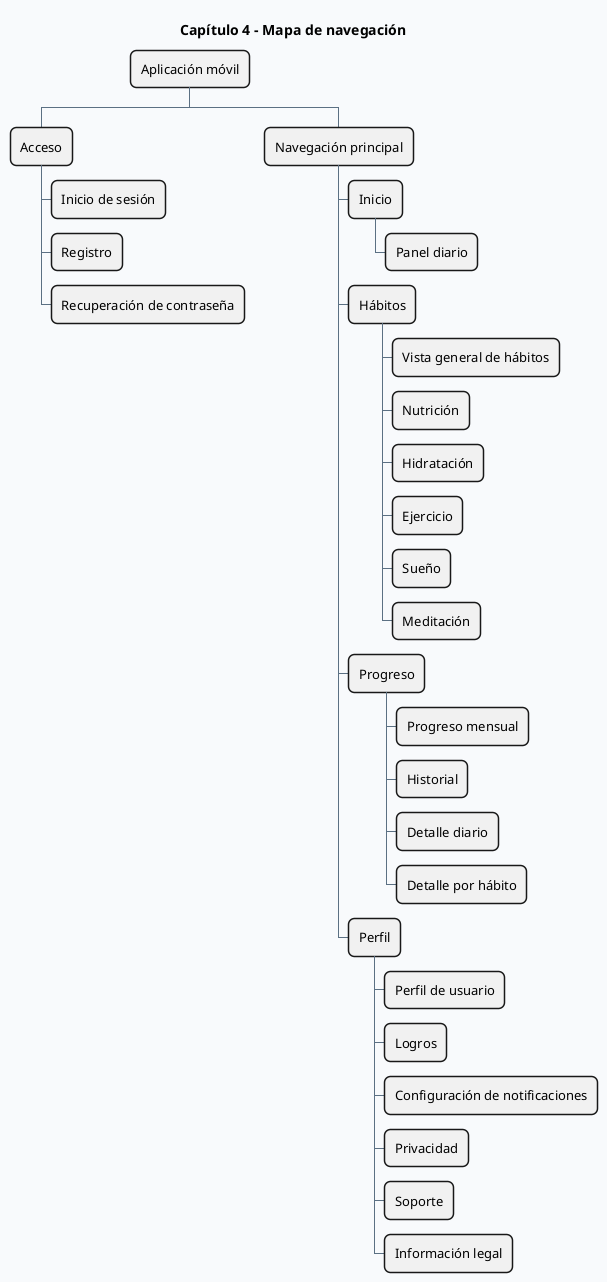
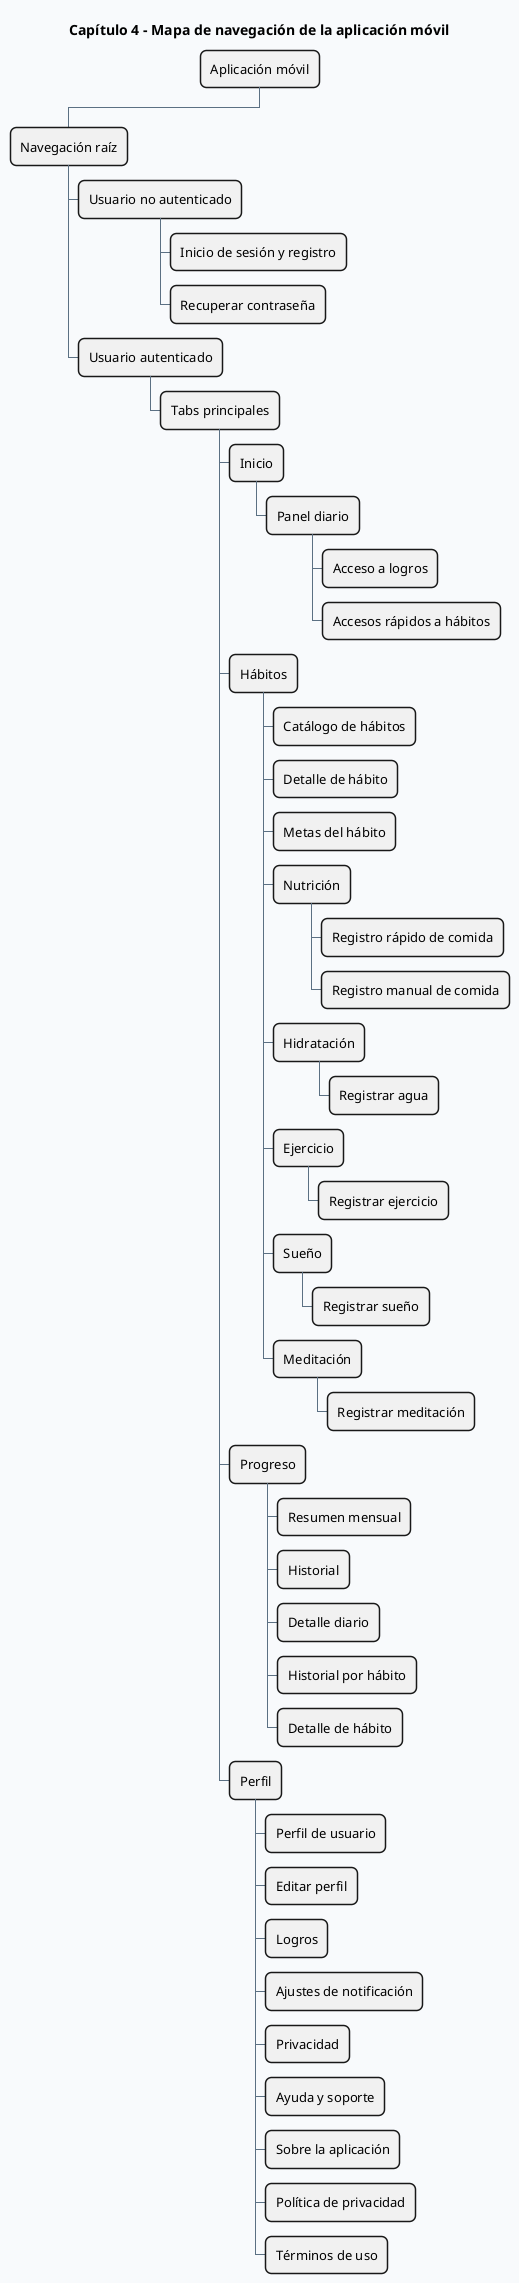
@startwbs
- ' CAP4 - 07 Mapa de Navegación
+ ' CAP4 - 07 Mapa de navegación
+ ' Basado en RootNavigator, AppTabs y los stacks actuales de mobile-react-native

skinparam backgroundColor #F8FAFC
skinparam shadowing false
skinparam roundcorner 12
skinparam defaultFontName Segoe UI
skinparam defaultFontSize 13
skinparam ArrowColor #5B7083
skinparam ArrowThickness 1
- title Capítulo 4 - Mapa de navegación
+ 
+ title Capítulo 4 - Mapa de navegación de la aplicación móvil

* Aplicación móvil
- ** Acceso
- *** Inicio de sesión
- *** Registro
- *** Recuperación de contraseña
+ ** Navegación raíz
+ *** Usuario no autenticado
+ **** Inicio de sesión y registro
+ **** Recuperar contraseña
+ *** Usuario autenticado
+ **** Tabs principales
+ ***** Inicio
+ ****** Panel diario
+ ******* Acceso a logros
+ ******* Accesos rápidos a hábitos
+ ***** Hábitos
+ ****** Catálogo de hábitos
+ ****** Detalle de hábito
+ ****** Metas del hábito
+ ****** Nutrición
+ ******* Registro rápido de comida
+ ******* Registro manual de comida
+ ****** Hidratación
+ ******* Registrar agua
+ ****** Ejercicio
+ ******* Registrar ejercicio
+ ****** Sueño
+ ******* Registrar sueño
+ ****** Meditación
+ ******* Registrar meditación
+ ***** Progreso
+ ****** Resumen mensual
+ ****** Historial
+ ****** Detalle diario
+ ****** Historial por hábito
+ ****** Detalle de hábito
+ ***** Perfil
+ ****** Perfil de usuario
+ ****** Editar perfil
+ ****** Logros
+ ****** Ajustes de notificación
+ ****** Privacidad
+ ****** Ayuda y soporte
+ ****** Sobre la aplicación
+ ****** Política de privacidad
+ ****** Términos de uso

- ** Navegación principal
- *** Inicio
- **** Panel diario
- 
- *** Hábitos
- **** Vista general de hábitos
- **** Nutrición
- **** Hidratación
- **** Ejercicio
- **** Sueño
- **** Meditación
- 
- *** Progreso
- **** Progreso mensual
- **** Historial
- **** Detalle diario
- **** Detalle por hábito
- 
- *** Perfil
- **** Perfil de usuario
- **** Logros
- **** Configuración de notificaciones
- **** Privacidad
- **** Soporte
- **** Información legal
@endwbs
